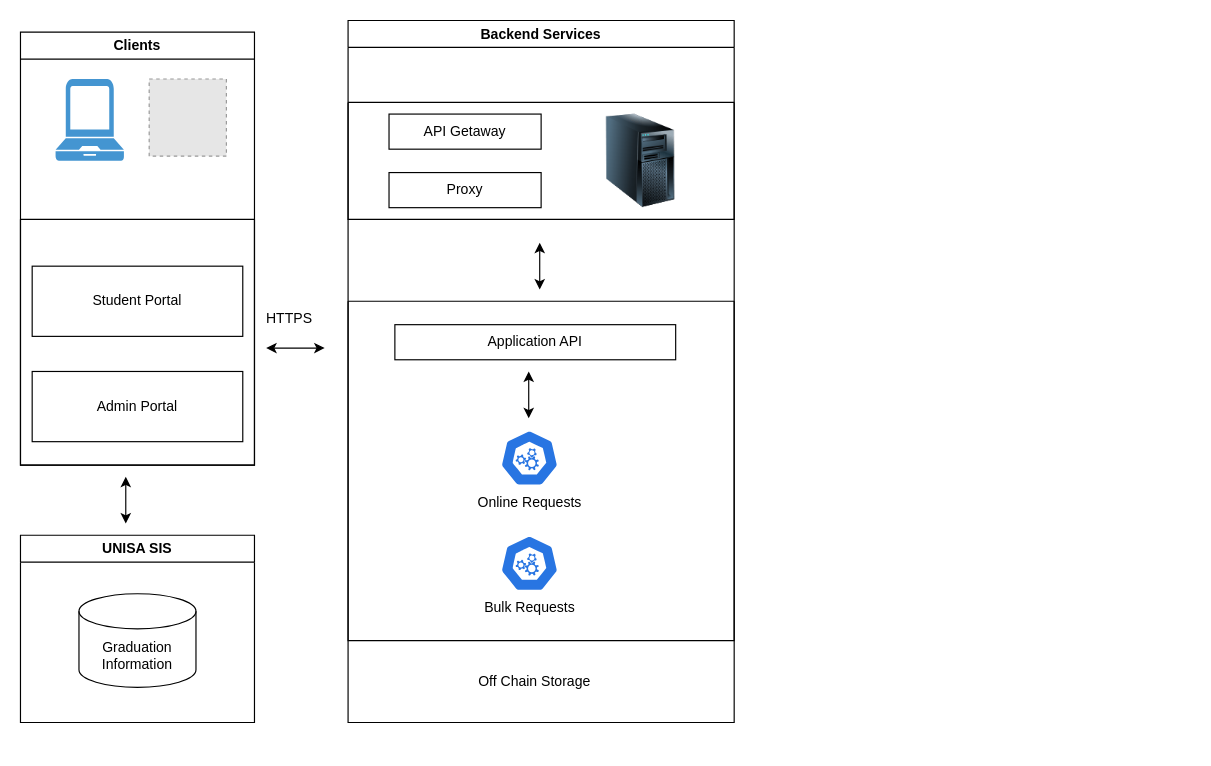
Above: BlockchainSystemArchitecture.drawio in SifisoMzansi/architecture-diagrams (draw.io), before the change. Source tidied: cells renumbered, new cells numbered last; positions are measured from the earlier drawing's top-left corner, leaving out a move shared by most shapes. Both pictures are drawn from the tidied source at 117%, with x=0, y=0 at pixel (20, 20). Pictures stored in the file or linked from it are replaced by grey dashed boxes.
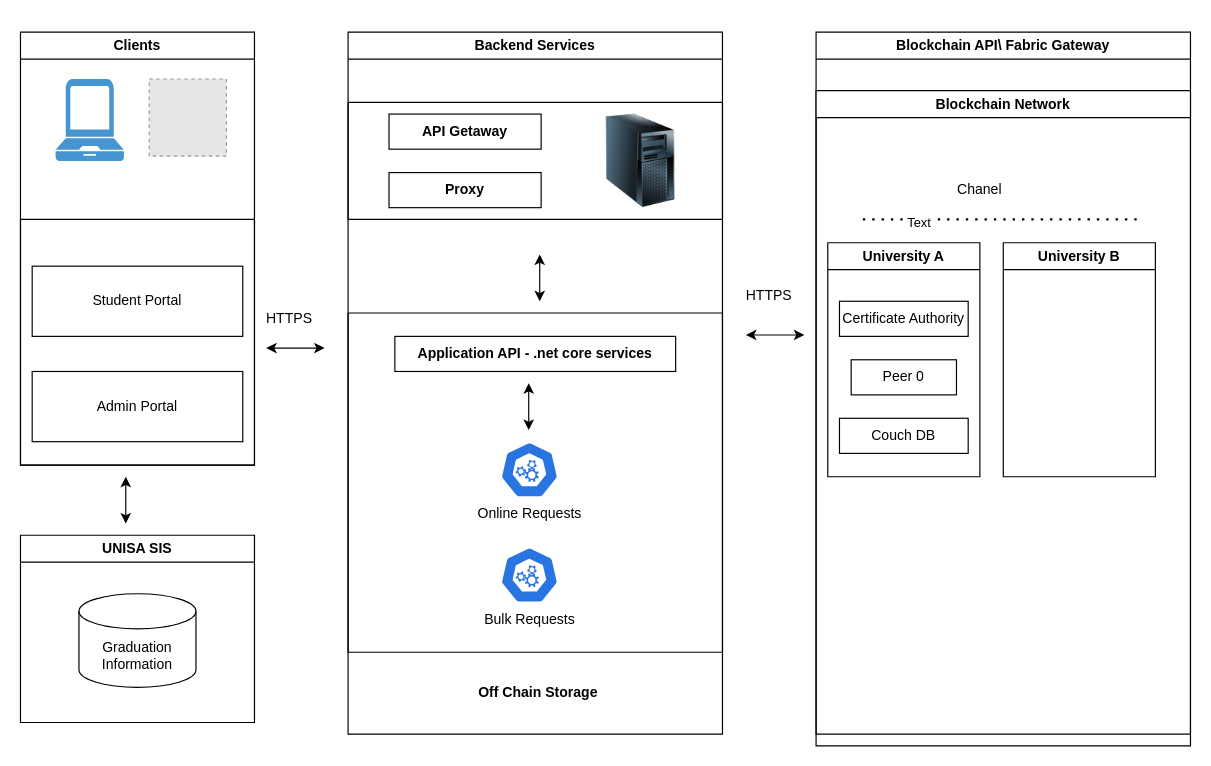
After the change.

Diff of the diagram source:
```diff
@@
     <mxCell id="11" value="Backend Services" style="swimlane;whiteSpace=wrap;html=1;" parent="1" vertex="1">
-      <mxGeometry x="280" width="330" height="600" as="geometry" />
+      <mxGeometry x="280" y="10" width="320" height="600" as="geometry" />
     </mxCell>
     <mxCell id="12" style="swimlane;startSize=0;" parent="11" vertex="1">
-      <mxGeometry y="240" width="330" height="290" as="geometry" />
+      <mxGeometry y="240" width="320" height="290" as="geometry" />
     </mxCell>
-    <mxCell id="13" value="Application API" style="text;html=1;whiteSpace=wrap;strokeColor=default;fillColor=none;align=center;verticalAlign=middle;rounded=0;" parent="12" vertex="1">
+    <mxCell id="13" value="&lt;b&gt;Application API - .net core services&lt;/b&gt;" style="text;html=1;whiteSpace=wrap;strokeColor=default;fillColor=none;align=center;verticalAlign=middle;rounded=0;" parent="12" vertex="1">
       <mxGeometry x="40" y="20" width="240" height="30" as="geometry" />
     </mxCell>
@@
-    <mxCell id="18" value="Off Chain Storage&lt;span style=&quot;white-space: pre;&quot;&gt;&#9;&lt;/span&gt;" style="text;html=1;whiteSpace=wrap;strokeColor=none;fillColor=none;align=center;verticalAlign=middle;rounded=0;" parent="11" vertex="1">
+    <mxCell id="18" value="&lt;b&gt;Off Chain Storage&lt;span style=&quot;white-space: pre;&quot;&gt;&#9;&lt;/span&gt;&lt;/b&gt;" style="text;html=1;whiteSpace=wrap;strokeColor=none;fillColor=none;align=center;verticalAlign=middle;rounded=0;" parent="11" vertex="1">
       <mxGeometry x="80" y="550" width="170" height="30" as="geometry" />
     </mxCell>
     <mxCell id="19" style="swimlane;startSize=0;" parent="1" vertex="1">
-      <mxGeometry x="280" y="70" width="330" height="100" as="geometry" />
+      <mxGeometry x="280" y="70" width="320" height="100" as="geometry" />
     </mxCell>
-    <mxCell id="20" value="API Getaway" style="text;html=1;whiteSpace=wrap;strokeColor=default;fillColor=none;align=center;verticalAlign=middle;rounded=0;" parent="19" vertex="1">
+    <mxCell id="20" value="&lt;b&gt;API Getaway&lt;/b&gt;" style="text;html=1;whiteSpace=wrap;strokeColor=default;fillColor=none;align=center;verticalAlign=middle;rounded=0;" parent="19" vertex="1">
       <mxGeometry x="35" y="10" width="130" height="30" as="geometry" />
     </mxCell>
@@
-    <mxCell id="22" value="Proxy" style="text;html=1;whiteSpace=wrap;strokeColor=default;fillColor=none;align=center;verticalAlign=middle;rounded=0;" parent="19" vertex="1">
+    <mxCell id="22" value="&lt;b&gt;Proxy&lt;/b&gt;" style="text;html=1;whiteSpace=wrap;strokeColor=default;fillColor=none;align=center;verticalAlign=middle;rounded=0;" parent="19" vertex="1">
       <mxGeometry x="35" y="60" width="130" height="30" as="geometry" />
     </mxCell>
@@
+    <mxCell id="26" value="Blockchain API\ Fabric Gateway" style="swimlane;whiteSpace=wrap;html=1;" parent="1" vertex="1">
+      <mxGeometry x="680" y="10" width="320" height="600" as="geometry" />
+    </mxCell>
+    <mxCell id="27" value="Blockchain Network" style="swimlane;whiteSpace=wrap;html=1;" parent="26" vertex="1">
+      <mxGeometry y="50" width="320" height="560" as="geometry" />
+    </mxCell>
+    <mxCell id="28" value="University A" style="swimlane;whiteSpace=wrap;html=1;startSize=23;" parent="27" vertex="1">
+      <mxGeometry x="10" y="130" width="130" height="200" as="geometry" />
+    </mxCell>
+    <mxCell id="29" value="Certificate Authority" style="text;html=1;whiteSpace=wrap;strokeColor=default;fillColor=none;align=center;verticalAlign=middle;rounded=0;" parent="28" vertex="1">
+      <mxGeometry x="10" y="50" width="110" height="30" as="geometry" />
+    </mxCell>
+    <mxCell id="30" value="Peer 0" style="text;html=1;whiteSpace=wrap;strokeColor=default;fillColor=none;align=center;verticalAlign=middle;rounded=0;" parent="28" vertex="1">
+      <mxGeometry x="20" y="100" width="90" height="30" as="geometry" />
+    </mxCell>
+    <mxCell id="31" value="Couch DB" style="text;html=1;whiteSpace=wrap;strokeColor=default;fillColor=none;align=center;verticalAlign=middle;rounded=0;" parent="28" vertex="1">
+      <mxGeometry x="10" y="150" width="110" height="30" as="geometry" />
+    </mxCell>
+    <mxCell id="32" value="University B" style="swimlane;whiteSpace=wrap;html=1;startSize=23;" parent="27" vertex="1">
+      <mxGeometry x="160" y="130" width="130" height="200" as="geometry" />
+    </mxCell>
+    <mxCell id="33" style="endArrow=classic;startArrow=classic;html=1;rounded=0;" parent="1" edge="1">
+      <mxGeometry relative="1" as="geometry">
+        <mxPoint x="620" y="268.8" as="sourcePoint" />
+        <mxPoint x="670" y="268.8" as="targetPoint" />
+      </mxGeometry>
+    </mxCell>
+    <mxCell id="34" value="HTTPS" style="text;html=1;whiteSpace=wrap;strokeColor=none;fillColor=none;align=center;verticalAlign=middle;rounded=0;" parent="1" vertex="1">
+      <mxGeometry x="610" y="220" width="60" height="30" as="geometry" />
+    </mxCell>
+    <mxCell id="35" style="endArrow=none;dashed=1;html=1;dashPattern=1 3;strokeWidth=2;rounded=0;" parent="1" edge="1">
+      <mxGeometry relative="1" as="geometry">
+        <mxPoint x="720" y="170" as="sourcePoint" />
+        <mxPoint x="960" y="170" as="targetPoint" />
+      </mxGeometry>
+    </mxCell>
+    <mxCell id="36" value="Text" style="edgeLabel;html=1;align=center;verticalAlign=middle;" parent="35" vertex="1">
+      <mxGeometry x="-0.61" y="-2" relative="1" as="geometry" />
+    </mxCell>
+    <mxCell id="37" value="Chanel" style="text;html=1;whiteSpace=wrap;strokeColor=none;fillColor=none;align=center;verticalAlign=middle;rounded=0;" parent="1" vertex="1">
+      <mxGeometry x="740" y="130" width="160" height="30" as="geometry" />
+    </mxCell>
```
